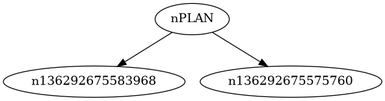
zeroualima/decoupeur_v1 keeps this Graphviz diagram as dot/arbre.png. Above is the earlier version. Its source is kept beside it as dot/arbre.dot.
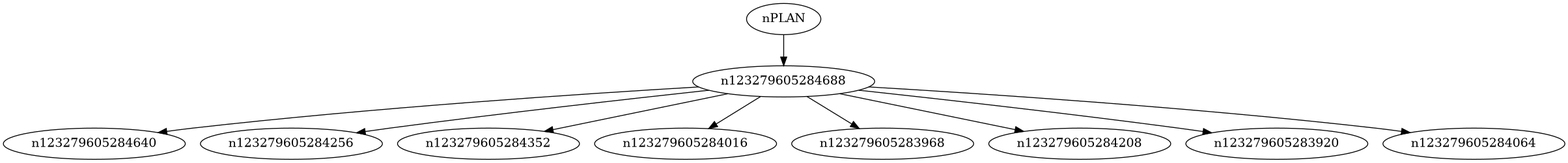
After the change.

Change to the diagram source:
```diff
@@ -1,4 +1,11 @@
 digraph g {
-nPLAN -> n136292675583968;
-nPLAN -> n136292675575760;
+nPLAN -> n123279605284688;
+n123279605284688 -> n123279605284640;
+n123279605284688 -> n123279605284256;
+n123279605284688 -> n123279605284352;
+n123279605284688 -> n123279605284016;
+n123279605284688 -> n123279605283968;
+n123279605284688 -> n123279605284208;
+n123279605284688 -> n123279605283920;
+n123279605284688 -> n123279605284064;
 }
```
